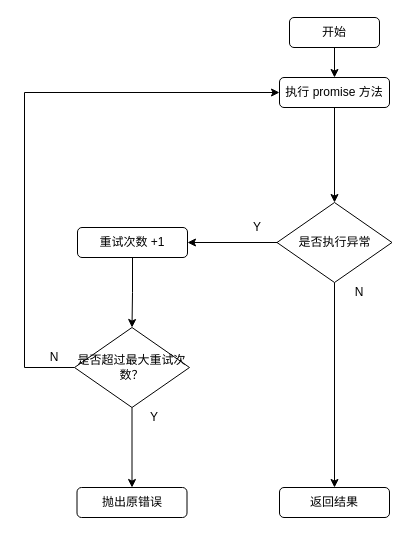
Above: Untitled Diagram.drawio in hadeshe93/drawio (draw.io), before the change. Source tidied: cells renumbered, new cells numbered last; positions are measured from the earlier drawing's top-left corner, leaving out a move shared by most shapes. Both pictures are drawn from the tidied source at 100%, with x=0, y=0 at pixel (24, 17).
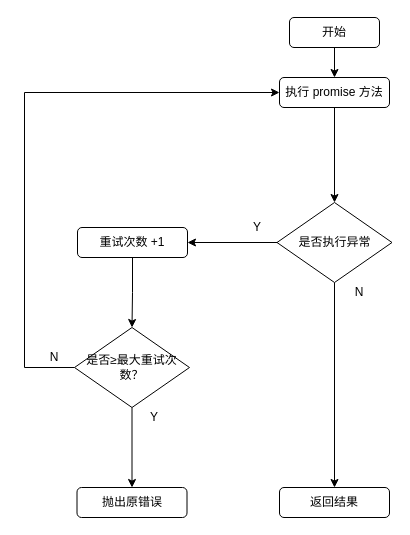
The same diagram, later.

What changed in the source:
```diff
@@
-    <mxCell id="13" value="是否超过最大重试次数？" style="rhombus;whiteSpace=wrap;html=1;" parent="1" vertex="1">
+    <mxCell id="13" value="是否≥最大重试次数？" style="rhombus;whiteSpace=wrap;html=1;" parent="1" vertex="1">
       <mxGeometry x="50" y="310" width="115" height="80" as="geometry" />
     </mxCell>
```
